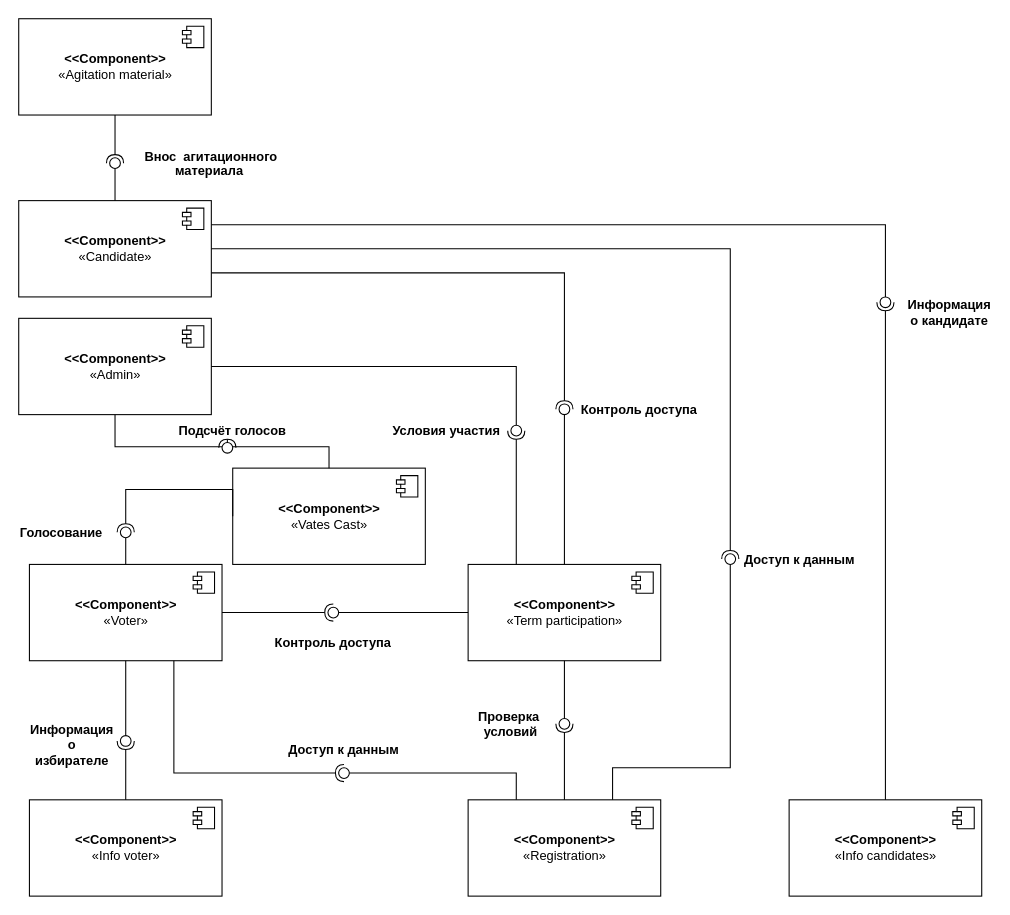
The draw.io diagram Untitled Diagram.drawio in aleksey899/Inter.MixAN, before the edit. Source tidied: cells renumbered, new cells numbered last; positions are measured from the earlier drawing's top-left corner, leaving out a move shared by most shapes. Both pictures are drawn from the tidied source at 107%, with x=0, y=0 at pixel (18, 18).
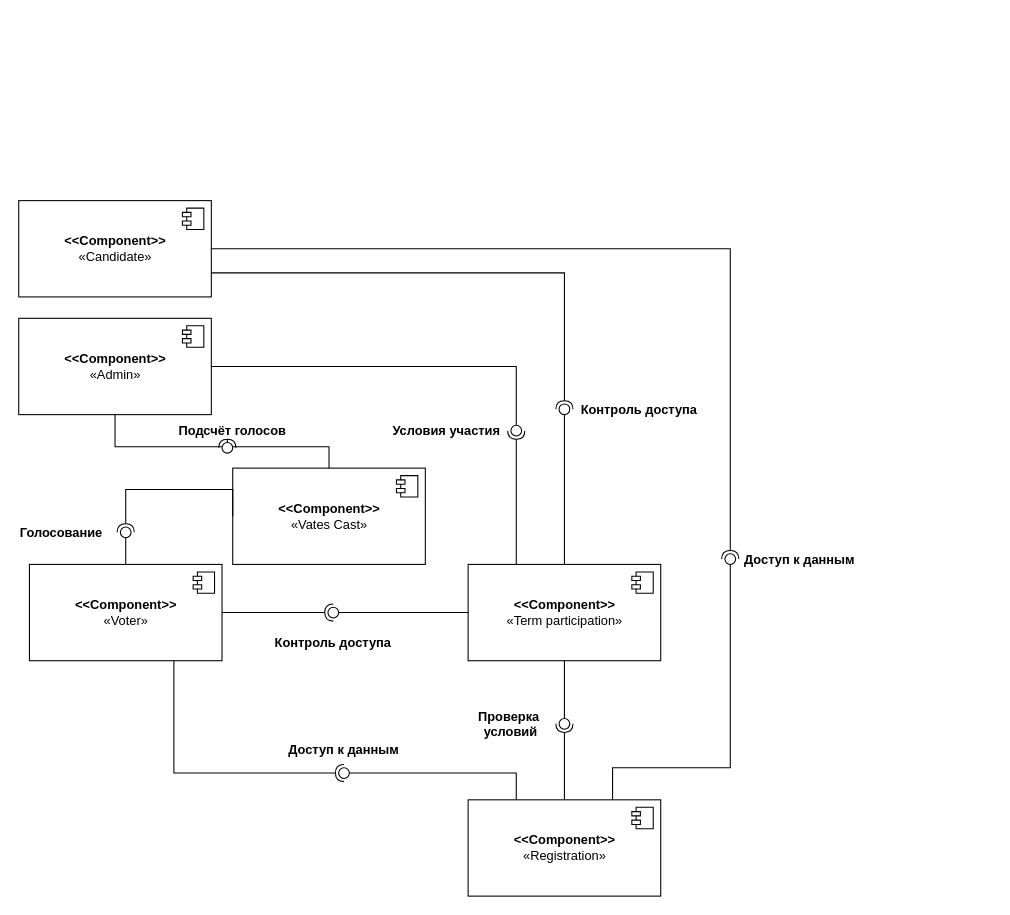
The same diagram, later.

The change refers to these unchanged cells:
```xml
<mxCell id="14" value="&lt;b&gt;&amp;lt;&amp;lt;Component&amp;gt;&amp;gt;&lt;/b&gt;&lt;br&gt;«Candidate»" style="html=1;" parent="1" vertex="1">
  <mxGeometry y="170" width="180" height="90" as="geometry" />
</mxCell>
<mxCell id="16" value="&lt;b&gt;&amp;lt;&amp;lt;Component&amp;gt;&amp;gt;&lt;/b&gt;&lt;br&gt;«Voter»" style="html=1;" parent="1" vertex="1">
  <mxGeometry x="10" y="510" width="180" height="90" as="geometry" />
</mxCell>
```

What changed in the source:
```diff
@@
-    <mxCell id="8" value="&lt;b&gt;&amp;lt;&amp;lt;Component&amp;gt;&amp;gt;&lt;/b&gt;&lt;br&gt;«Info candidates»" style="html=1;" parent="1" vertex="1">
-      <mxGeometry x="720" y="730" width="180" height="90" as="geometry" />
-    </mxCell>
-    <mxCell id="9" style="shape=module;jettyWidth=8;jettyHeight=4;" parent="8" vertex="1">
-      <mxGeometry x="1" width="20" height="20" relative="1" as="geometry">
-        <mxPoint x="-27" y="7" as="offset" />
-      </mxGeometry>
-    </mxCell>
-    <mxCell id="10" value="&lt;b&gt;&amp;lt;&amp;lt;Component&amp;gt;&amp;gt;&lt;/b&gt;&lt;br&gt;«Info voter»" style="html=1;" parent="1" vertex="1">
-      <mxGeometry x="10" y="730" width="180" height="90" as="geometry" />
-    </mxCell>
-    <mxCell id="11" style="shape=module;jettyWidth=8;jettyHeight=4;" parent="10" vertex="1">
-      <mxGeometry x="1" width="20" height="20" relative="1" as="geometry">
-        <mxPoint x="-27" y="7" as="offset" />
-      </mxGeometry>
-    </mxCell>
-    <mxCell id="12" value="&lt;b&gt;&amp;lt;&amp;lt;Component&amp;gt;&amp;gt;&lt;/b&gt;&lt;br&gt;«Agitation material»" style="html=1;" parent="1" vertex="1">
-      <mxGeometry width="180" height="90" as="geometry" />
-    </mxCell>
-    <mxCell id="13" style="shape=module;jettyWidth=8;jettyHeight=4;" parent="12" vertex="1">
-      <mxGeometry x="1" width="20" height="20" relative="1" as="geometry">
-        <mxPoint x="-27" y="7" as="offset" />
-      </mxGeometry>
-    </mxCell>
@@
-    <mxCell id="20" style="rounded=0;jettySize=auto;html=1;endArrow=none;endFill=0;sketch=0;sourcePerimeterSpacing=0;targetPerimeterSpacing=0;exitX=0.5;exitY=0;exitDx=0;exitDy=0;startArrow=none;startFill=0;" parent="1" edge="1" source="14" target="22">
-      <mxGeometry relative="1" as="geometry" />
-    </mxCell>
-    <mxCell id="21" style="rounded=0;jettySize=auto;html=1;endArrow=halfCircle;endFill=0;entryX=0.5;entryY=0.5;endSize=6;strokeWidth=1;sketch=0;exitX=0.5;exitY=1;exitDx=0;exitDy=0;" parent="1" edge="1" source="12" target="22">
-      <mxGeometry relative="1" as="geometry" />
-    </mxCell>
-    <mxCell id="22" style="ellipse;whiteSpace=wrap;html=1;align=center;points=[];outlineConnect=0;sketch=0;" parent="1" vertex="1">
-      <mxGeometry x="85" y="130" width="10" height="10" as="geometry" />
-    </mxCell>
-    <mxCell id="23" style="rounded=0;jettySize=auto;html=1;endArrow=none;endFill=0;sketch=0;sourcePerimeterSpacing=0;targetPerimeterSpacing=0;exitX=0.5;exitY=1;exitDx=0;exitDy=0;startArrow=none;startFill=0;" parent="1" edge="1" source="16" target="25">
-      <mxGeometry relative="1" as="geometry" />
-    </mxCell>
-    <mxCell id="24" style="rounded=0;jettySize=auto;html=1;endArrow=halfCircle;endFill=0;entryX=0.5;entryY=0.5;endSize=6;strokeWidth=1;sketch=0;exitX=0.5;exitY=0;exitDx=0;exitDy=0;" parent="1" edge="1" source="10" target="25">
-      <mxGeometry relative="1" as="geometry" />
-    </mxCell>
-    <mxCell id="25" style="ellipse;whiteSpace=wrap;html=1;align=center;points=[];outlineConnect=0;sketch=0;" parent="1" vertex="1">
-      <mxGeometry x="95" y="670" width="10" height="10" as="geometry" />
-    </mxCell>
-    <mxCell id="26" style="rounded=0;jettySize=auto;html=1;endArrow=none;endFill=0;sketch=0;sourcePerimeterSpacing=0;targetPerimeterSpacing=0;exitX=1;exitY=0.25;exitDx=0;exitDy=0;edgeStyle=orthogonalEdgeStyle;startArrow=none;startFill=0;" parent="1" edge="1" source="14" target="28">
-      <mxGeometry relative="1" as="geometry">
-        <Array as="points">
-          <mxPoint x="810" y="193" />
-        </Array>
-      </mxGeometry>
-    </mxCell>
-    <mxCell id="27" style="rounded=0;jettySize=auto;html=1;endArrow=halfCircle;endFill=0;entryX=0.5;entryY=0.5;endSize=6;strokeWidth=1;sketch=0;exitX=0.5;exitY=0;exitDx=0;exitDy=0;" parent="1" edge="1" source="8" target="28">
-      <mxGeometry relative="1" as="geometry" />
-    </mxCell>
-    <mxCell id="28" style="ellipse;whiteSpace=wrap;html=1;align=center;points=[];outlineConnect=0;sketch=0;" parent="1" vertex="1">
-      <mxGeometry x="805" y="260" width="10" height="10" as="geometry" />
-    </mxCell>
@@
-    <mxCell id="38" value="&lt;b&gt;Информация о кандидате&lt;/b&gt;" style="text;html=1;strokeColor=none;fillColor=none;align=center;verticalAlign=middle;whiteSpace=wrap;rounded=0;" parent="1" vertex="1">
-      <mxGeometry x="840" y="260" width="60" height="30" as="geometry" />
-    </mxCell>
-    <mxCell id="39" value="Внос  агитационного&#10;материала " style="text;align=center;fontStyle=1;verticalAlign=middle;spacingLeft=3;spacingRight=3;strokeColor=none;" parent="1" vertex="1">
-      <mxGeometry x="140" y="122" width="80" height="26" as="geometry" />
-    </mxCell>
@@
-    <mxCell id="46" value="&lt;b&gt;Информация о избирателе&lt;/b&gt;" style="text;html=1;strokeColor=none;fillColor=none;align=center;verticalAlign=middle;whiteSpace=wrap;rounded=0;" parent="1" vertex="1">
-      <mxGeometry x="20" y="664" width="60" height="30" as="geometry" />
-    </mxCell>
```
